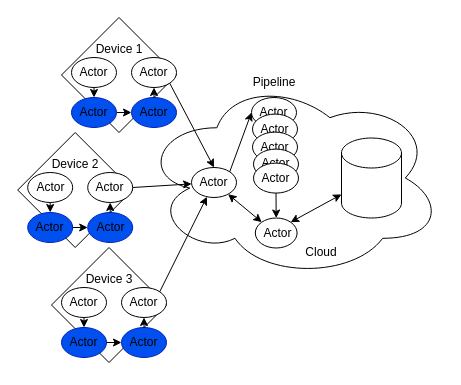
thebaconfate/bachelorproef-report keeps this draw.io diagram as images/iotActorsMoved.drawio. Above is the earlier version. Source tidied: cells renumbered, new cells numbered last; positions are measured from the earlier drawing's top-left corner, leaving out a move shared by most shapes. Both pictures are drawn from the tidied source at 100%, with x=0, y=0 at pixel (17, 17).
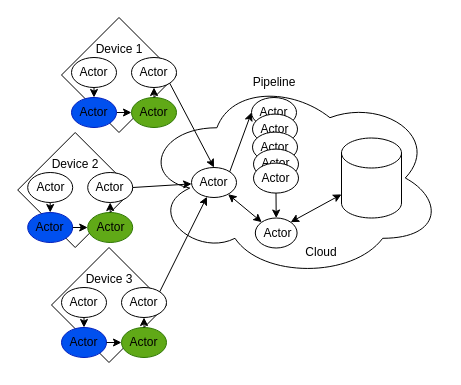
The same page after the edit.

The change refers to these unchanged cells:
```xml
<mxCell id="2" style="group;" parent="1" vertex="1">
  <mxGeometry x="44" y="270" width="120" height="80" as="geometry" />
</mxCell>
```

Diff of the diagram source:
```diff
@@
-    <mxCell id="11" style="ellipse;whiteSpace=wrap;html=1;fillColor=#0050ef;fontColor=#ffffff;strokeColor=#001DBC;" parent="2" vertex="1">
+    <mxCell id="11" style="ellipse;whiteSpace=wrap;html=1;fillColor=#60a917;fontColor=#ffffff;strokeColor=#2D7600;" parent="2" vertex="1">
       <mxGeometry x="60" y="40" width="45" height="30" as="geometry" />
     </mxCell>
@@
-    <mxCell id="40" style="ellipse;whiteSpace=wrap;html=1;fillColor=#0050ef;fontColor=#ffffff;strokeColor=#001DBC;" parent="1" vertex="1">
+    <mxCell id="40" style="ellipse;whiteSpace=wrap;html=1;fillColor=#60a917;fontColor=#ffffff;strokeColor=#2D7600;" parent="1" vertex="1">
       <mxGeometry x="70.2" y="195" width="45" height="30" as="geometry" />
     </mxCell>
@@
-    <mxCell id="52" style="ellipse;whiteSpace=wrap;html=1;fillColor=#0050ef;fontColor=#ffffff;strokeColor=#001DBC;" parent="1" vertex="1">
+    <mxCell id="52" style="ellipse;whiteSpace=wrap;html=1;fillColor=#60a917;fontColor=#ffffff;strokeColor=#2D7600;" parent="1" vertex="1">
       <mxGeometry x="114" y="80" width="45" height="30" as="geometry" />
     </mxCell>
```
